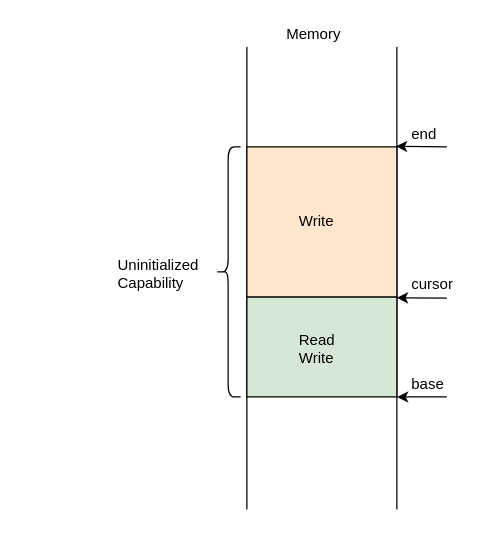
capt-hb/thesis keeps this draw.io diagram as drawio/capability-concept.drawio. Above is the earlier version. Source tidied: cells renumbered, new cells numbered last; positions are measured from the earlier drawing's top-left corner, leaving out a move shared by most shapes. Both pictures are drawn from the tidied source at 125%, with x=0, y=0 at pixel (115, 21).
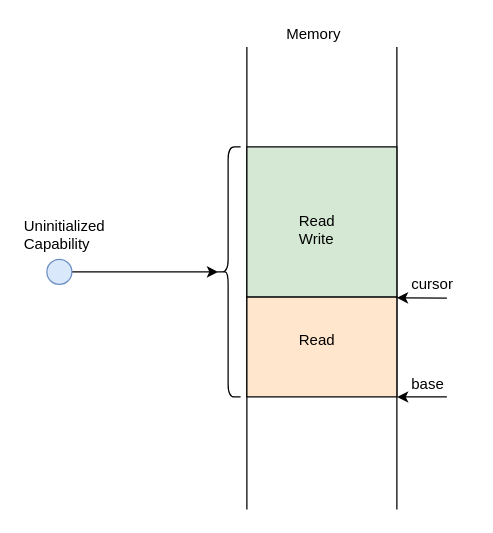
After the change.

Unchanged cells that the change refers to:
```xml
<mxCell id="5" style="shape=curlyBracket;whiteSpace=wrap;html=1;rounded=1;" parent="1" vertex="1">
  <mxGeometry x="80" y="100" width="20" height="200" as="geometry" />
</mxCell>
```

Diff of the diagram source:
```diff
@@
     <mxCell id="6" value="Uninitialized&lt;br&gt;Capability" style="text;html=1;align=left;verticalAlign=top;spacingTop=-4;" parent="1" vertex="1">
-      <mxGeometry y="185" width="80" height="30" as="geometry" />
+      <mxGeometry x="-75" y="154" width="80" height="30" as="geometry" />
     </mxCell>
-    <mxCell id="7" style="rounded=0;whiteSpace=wrap;html=1;fillColor=#d5e8d4;strokeColor=#000000;" parent="1" vertex="1">
+    <mxCell id="7" style="rounded=0;whiteSpace=wrap;html=1;fillColor=#ffe6cc;strokeColor=#000000;" parent="1" vertex="1">
       <mxGeometry x="105" y="220" width="120" height="80" as="geometry" />
     </mxCell>
@@
-    <mxCell id="9" style="endArrow=classic;html=1;entryX=0.994;entryY=-0.007;entryDx=0;entryDy=0;entryPerimeter=0;" parent="1" edge="1">
-      <mxGeometry relative="1" as="geometry">
-        <mxPoint x="265" y="100" as="sourcePoint" />
-        <mxPoint x="224.3" y="99.6" as="targetPoint" />
-      </mxGeometry>
-    </mxCell>
-    <mxCell id="10" value="end&lt;br&gt;" style="text;html=1;align=left;verticalAlign=top;spacingTop=-4;" parent="1" vertex="1">
-      <mxGeometry x="235" y="80" width="40" height="20" as="geometry" />
-    </mxCell>
@@
-    <mxCell id="14" style="rounded=0;whiteSpace=wrap;html=1;strokeColor=#000000;fillColor=#ffe6cc;" parent="1" vertex="1">
+    <mxCell id="14" style="rounded=0;whiteSpace=wrap;html=1;strokeColor=#000000;fillColor=#d5e8d4;" parent="1" vertex="1">
       <mxGeometry x="105" y="100" width="120" height="120" as="geometry" />
     </mxCell>
-    <mxCell id="15" value="Write" style="text;html=1;align=left;verticalAlign=top;spacingTop=-4;" parent="1" vertex="1">
-      <mxGeometry x="145" y="150" width="40" height="20" as="geometry" />
+    <mxCell id="15" value="Read&lt;br&gt;Write" style="text;html=1;align=left;verticalAlign=top;spacingTop=-4;" parent="1" vertex="1">
+      <mxGeometry x="145" y="150" width="40" height="30" as="geometry" />
     </mxCell>
-    <mxCell id="16" value="Read&lt;br&gt;Write" style="text;html=1;align=left;verticalAlign=top;spacingTop=-4;" parent="1" vertex="1">
-      <mxGeometry x="145" y="245" width="40" height="30" as="geometry" />
+    <mxCell id="16" value="Read" style="text;html=1;align=left;verticalAlign=top;spacingTop=-4;" parent="1" vertex="1">
+      <mxGeometry x="145" y="245" width="40" height="20" as="geometry" />
     </mxCell>
+    <mxCell id="17" style="edgeStyle=orthogonalEdgeStyle;rounded=0;jettySize=auto;html=1;entryX=0.1;entryY=0.5;entryDx=0;entryDy=0;entryPerimeter=0;" parent="1" edge="1" source="18" target="5">
+      <mxGeometry relative="1" as="geometry" />
+    </mxCell>
+    <mxCell id="18" style="ellipse;whiteSpace=wrap;html=1;strokeColor=#6c8ebf;align=center;fillColor=#dae8fc;" parent="1" vertex="1">
+      <mxGeometry x="-55" y="190" width="20" height="20" as="geometry" />
+    </mxCell>
```
